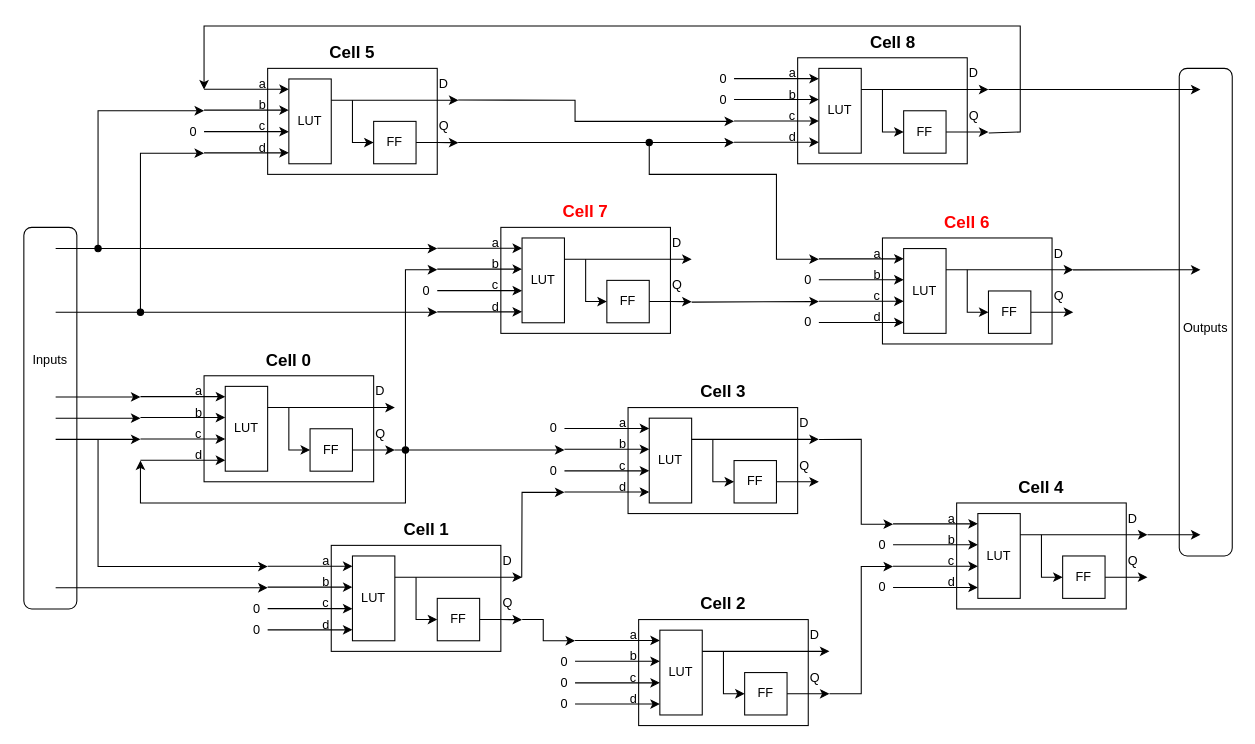
tomverbeure/tomverbeure.github.io keeps this draw.io diagram as page "Sorted_Network_of_LUTFF_cells" (5 of 7) of assets/cuda_sim/graph_diagram.drawio. Above is the earlier version. Source tidied: cells renumbered, new cells numbered last; positions are measured from the earlier drawing's top-left corner, leaving out a move shared by most shapes. Both pictures are drawn from the tidied source at 106%, with x=0, y=0 at pixel (18, 25).
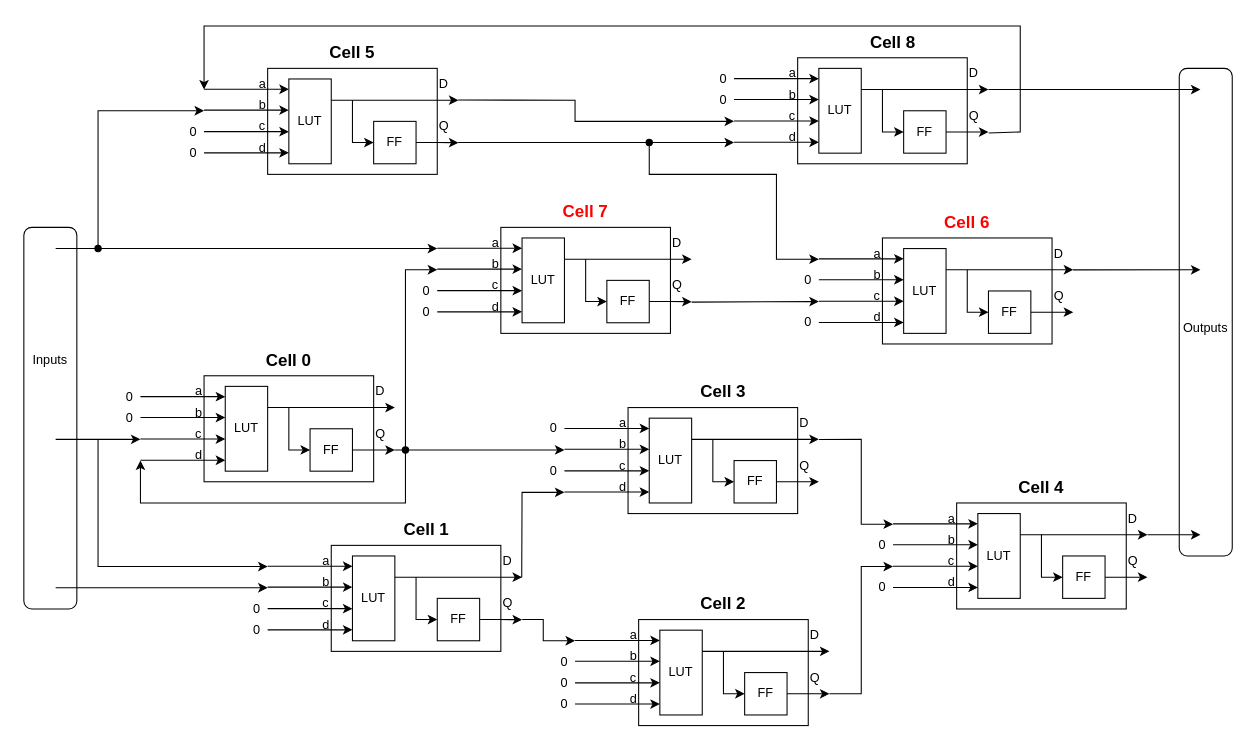
After the change.

Change to the diagram source:
```diff
@@
-    <mxCell id="5" style="endArrow=classic;html=1;rounded=0;" parent="1" edge="1">
-      <mxGeometry relative="1" as="geometry">
-        <mxPoint x="35" y="270" as="sourcePoint" />
-        <mxPoint x="395" y="270" as="targetPoint" />
-      </mxGeometry>
-    </mxCell>
@@
-    <mxCell id="8" style="endArrow=classic;html=1;rounded=0;" parent="1" edge="1">
-      <mxGeometry relative="1" as="geometry">
-        <mxPoint x="35" y="350" as="sourcePoint" />
-        <mxPoint x="115" y="350" as="targetPoint" />
-      </mxGeometry>
-    </mxCell>
-    <mxCell id="9" style="endArrow=classic;html=1;rounded=0;" parent="1" edge="1">
-      <mxGeometry relative="1" as="geometry">
-        <mxPoint x="35" y="370" as="sourcePoint" />
-        <mxPoint x="115" y="370" as="targetPoint" />
-      </mxGeometry>
-    </mxCell>
@@
-    <mxCell id="26" style="endArrow=classic;html=1;rounded=0;startArrow=oval;startFill=1;" parent="1" edge="1">
-      <mxGeometry relative="1" as="geometry">
-        <mxPoint x="115" y="270" as="sourcePoint" />
-        <mxPoint x="175" y="120" as="targetPoint" />
-        <Array as="points">
-          <mxPoint x="115" y="120" />
-        </Array>
-      </mxGeometry>
-    </mxCell>
@@
+    <mxCell id="208" value="0" style="text;html=1;strokeColor=none;fillColor=none;align=center;verticalAlign=middle;whiteSpace=wrap;rounded=0;" parent="1" vertex="1">
+      <mxGeometry x="155" y="110" width="20" height="20" as="geometry" />
+    </mxCell>
+    <mxCell id="209" value="0" style="text;html=1;strokeColor=none;fillColor=none;align=center;verticalAlign=middle;whiteSpace=wrap;rounded=0;" parent="1" vertex="1">
+      <mxGeometry x="375" y="260" width="20" height="20" as="geometry" />
+    </mxCell>
+    <mxCell id="210" value="0" style="text;html=1;strokeColor=none;fillColor=none;align=center;verticalAlign=middle;whiteSpace=wrap;rounded=0;" parent="1" vertex="1">
+      <mxGeometry x="95" y="340" width="20" height="20" as="geometry" />
+    </mxCell>
+    <mxCell id="211" value="0" style="text;html=1;strokeColor=none;fillColor=none;align=center;verticalAlign=middle;whiteSpace=wrap;rounded=0;" parent="1" vertex="1">
+      <mxGeometry x="95" y="360" width="20" height="20" as="geometry" />
+    </mxCell>
```
